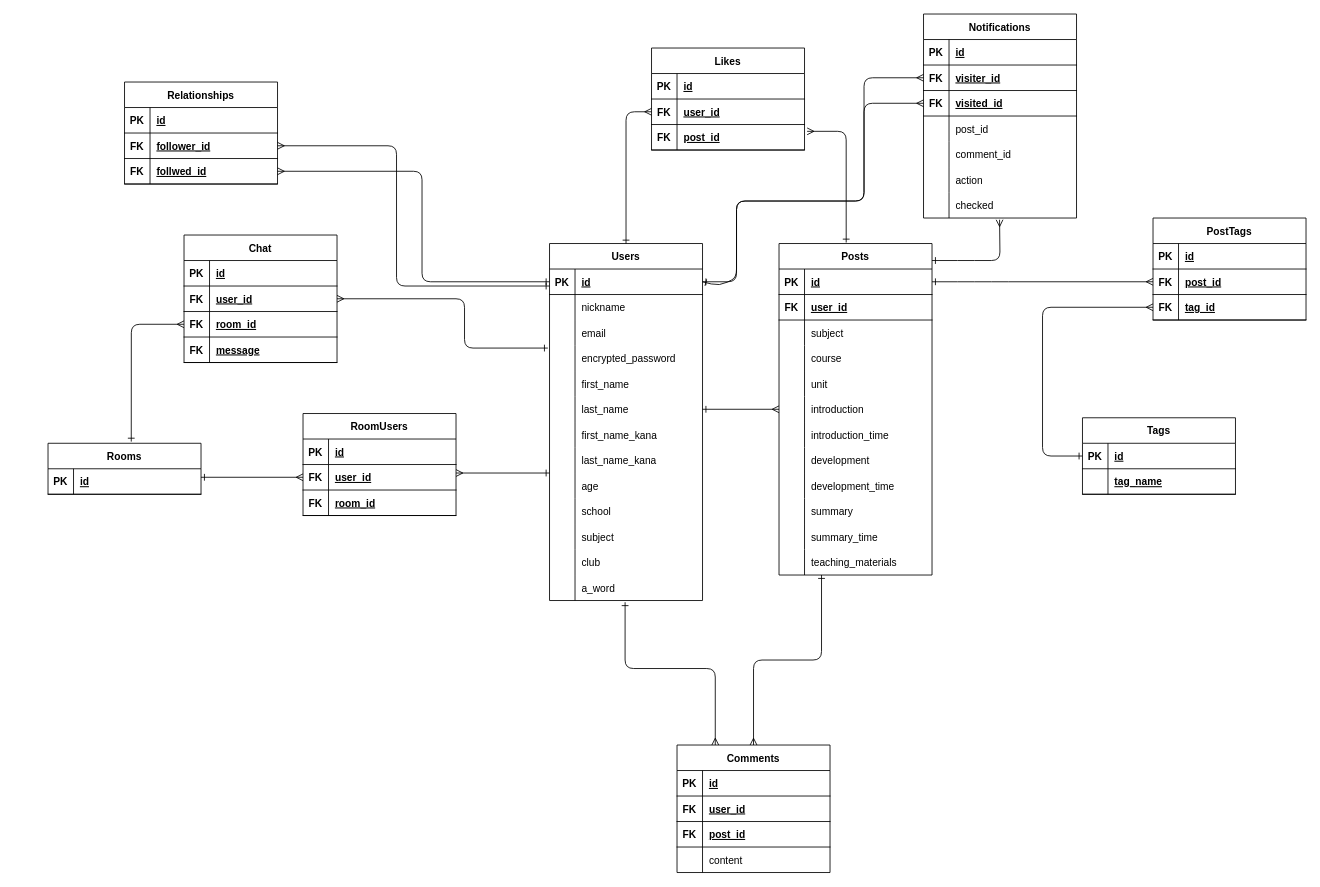
The draw.io diagram kyoyu.dio in honda-gentuki/kyoyu, before the edit. Source tidied: cells renumbered, new cells numbered last; positions are measured from the earlier drawing's top-left corner, leaving out a move shared by most shapes. Both pictures are drawn from the tidied source at 85%, with x=0, y=0 at pixel (48, 14).
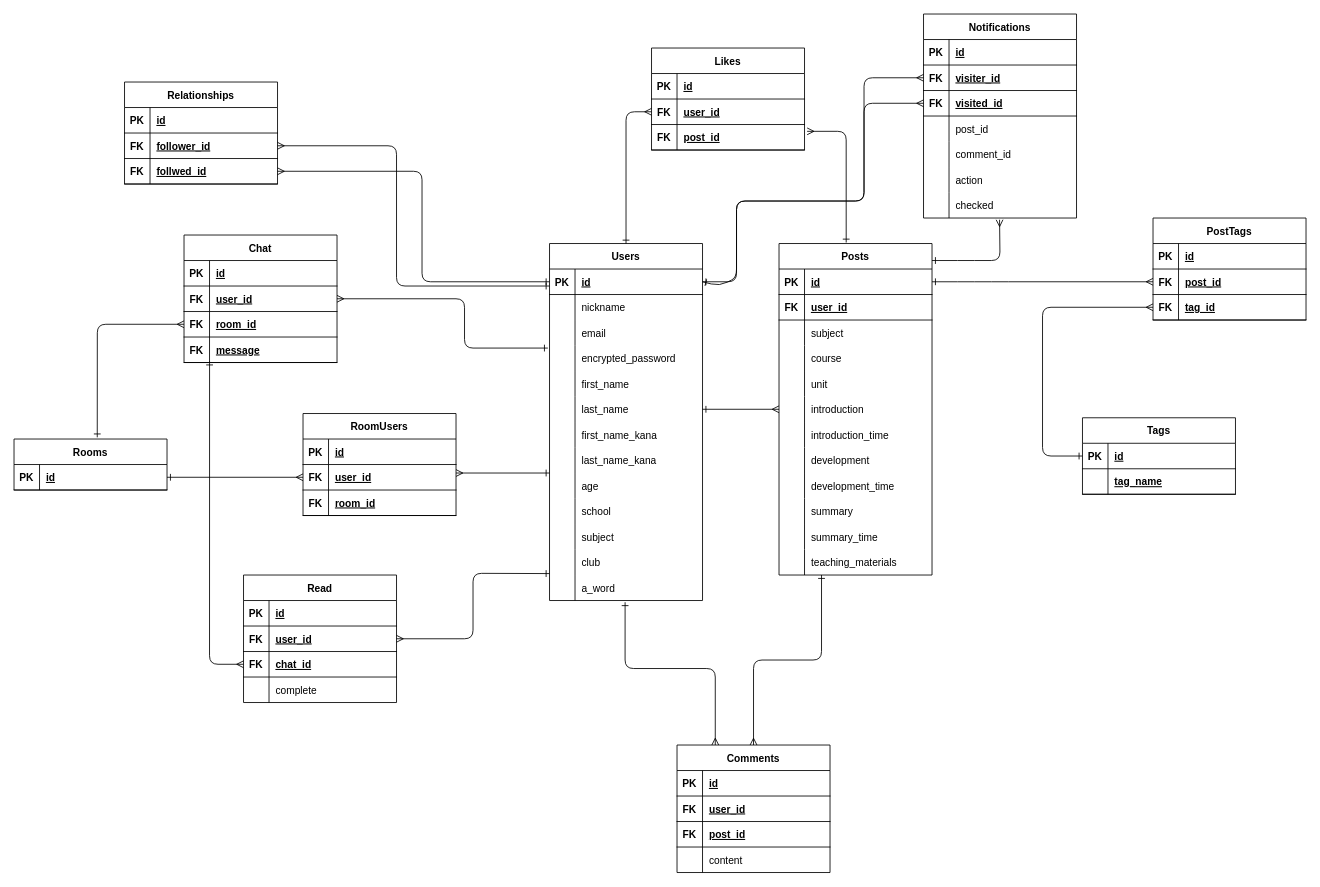
Above is the later version.

The change refers to these unchanged cells:
```xml
<mxCell id="118" style="shape=partialRectangle;fillColor=none;top=0;left=0;bottom=1;right=0;points=[[0,0.5],[1,0.5]];portConstraint=eastwest;" parent="117" vertex="1">
  <mxGeometry y="30" width="180" height="30" as="geometry" />
</mxCell>
<mxCell id="125" style="shape=partialRectangle;fillColor=none;top=0;left=0;bottom=1;right=0;points=[[0,0.5],[1,0.5]];portConstraint=eastwest;" parent="121" vertex="1">
  <mxGeometry y="60" width="180" height="30" as="geometry" />
</mxCell>
<mxCell id="138" style="shape=partialRectangle;fillColor=none;top=0;left=0;bottom=1;right=0;points=[[0,0.5],[1,0.5]];portConstraint=eastwest;" parent="131" vertex="1">
  <mxGeometry y="90" width="180" height="30" as="geometry" />
</mxCell>
<mxCell id="141" style="shape=partialRectangle;fillColor=none;top=0;left=0;bottom=1;right=0;points=[[0,0.5],[1,0.5]];portConstraint=eastwest;" parent="131" vertex="1">
  <mxGeometry y="120" width="180" height="30" as="geometry" />
</mxCell>
```

The edit, as a diff of the source:
```diff
@@
     <mxCell id="117" value="Rooms" style="shape=table;startSize=30;childLayout=tableLayout;rowLines=0;fontStyle=1;align=center;" parent="1" vertex="1">
-      <mxGeometry y="505" width="180" height="60" as="geometry" />
+      <mxGeometry x="-40" y="500" width="180" height="60" as="geometry" />
     </mxCell>
@@
-    <mxCell id="146" style="fontSize=12;html=1;endArrow=ERmany;startArrow=ERone;startFill=0;exitX=1;exitY=0.5;exitDx=0;exitDy=0;entryX=0;entryY=0.5;entryDx=0;entryDy=0;" parent="1" edge="1" target="125">
-      <mxGeometry relative="1" as="geometry">
-        <mxPoint x="180" y="545" as="sourcePoint" />
-      </mxGeometry>
+    <mxCell id="146" style="fontSize=12;html=1;endArrow=ERmany;startArrow=ERone;startFill=0;exitX=1;exitY=0.5;exitDx=0;exitDy=0;entryX=0;entryY=0.5;entryDx=0;entryDy=0;" parent="1" edge="1" source="118" target="125">
+      <mxGeometry relative="1" as="geometry" />
     </mxCell>
@@
     <mxCell id="148" style="fontSize=12;html=1;endArrow=ERmany;startArrow=ERone;startFill=0;exitX=0.544;exitY=-0.033;exitDx=0;exitDy=0;entryX=0;entryY=0.5;entryDx=0;entryDy=0;exitPerimeter=0;" parent="1" edge="1" source="117" target="138">
       <mxGeometry relative="1" as="geometry">
         <Array as="points">
-          <mxPoint x="98" y="365" />
+          <mxPoint x="58" y="365" />
         </Array>
       </mxGeometry>
     </mxCell>
@@
+    <mxCell id="194" value="Read" style="shape=table;startSize=30;childLayout=tableLayout;rowLines=0;fontStyle=1;align=center;" parent="1" vertex="1">
+      <mxGeometry x="230" y="660" width="180" height="150" as="geometry" />
+    </mxCell>
+    <mxCell id="195" style="shape=partialRectangle;fillColor=none;top=0;left=0;bottom=1;right=0;" parent="194" vertex="1">
+      <mxGeometry y="30" width="180" height="30" as="geometry" />
+    </mxCell>
+    <mxCell id="196" value="PK" style="shape=partialRectangle;fillColor=none;top=0;left=0;bottom=0;right=0;fontStyle=1;overflow=hidden;" parent="195" vertex="1">
+      <mxGeometry width="30" height="30" as="geometry" />
+    </mxCell>
+    <mxCell id="197" value="id" style="shape=partialRectangle;fillColor=none;top=0;left=0;bottom=0;right=0;align=left;spacingLeft=6;fontStyle=5;overflow=hidden;" parent="195" vertex="1">
+      <mxGeometry x="30" width="150" height="30" as="geometry" />
+    </mxCell>
+    <mxCell id="198" style="shape=partialRectangle;fillColor=none;top=0;left=0;bottom=1;right=0;points=[[0,0.5],[1,0.5]];portConstraint=eastwest;" parent="194" vertex="1">
+      <mxGeometry y="60" width="180" height="30" as="geometry" />
+    </mxCell>
+    <mxCell id="199" value="FK" style="shape=partialRectangle;fillColor=none;top=0;left=0;bottom=0;right=0;fontStyle=1;overflow=hidden;" parent="198" vertex="1">
+      <mxGeometry width="30" height="30" as="geometry" />
+    </mxCell>
+    <mxCell id="200" value="user_id" style="shape=partialRectangle;fillColor=none;top=0;left=0;bottom=0;right=0;align=left;spacingLeft=6;fontStyle=5;overflow=hidden;" parent="198" vertex="1">
+      <mxGeometry x="30" width="150" height="30" as="geometry" />
+    </mxCell>
+    <mxCell id="201" style="shape=partialRectangle;fillColor=none;top=0;left=0;bottom=1;right=0;points=[[0,0.5],[1,0.5]];portConstraint=eastwest;" parent="194" vertex="1">
+      <mxGeometry y="90" width="180" height="30" as="geometry" />
+    </mxCell>
+    <mxCell id="202" value="FK" style="shape=partialRectangle;fillColor=none;top=0;left=0;bottom=0;right=0;fontStyle=1;overflow=hidden;" parent="201" vertex="1">
+      <mxGeometry width="30" height="30" as="geometry" />
+    </mxCell>
+    <mxCell id="203" value="chat_id" style="shape=partialRectangle;fillColor=none;top=0;left=0;bottom=0;right=0;align=left;spacingLeft=6;fontStyle=5;overflow=hidden;" parent="201" vertex="1">
+      <mxGeometry x="30" width="150" height="30" as="geometry" />
+    </mxCell>
+    <mxCell id="204" style="shape=partialRectangle;fillColor=none;top=0;left=0;bottom=0;right=0;" parent="194" vertex="1">
+      <mxGeometry y="120" width="180" height="30" as="geometry" />
+    </mxCell>
+    <mxCell id="205" style="shape=partialRectangle;fillColor=none;top=0;left=0;bottom=0;right=0;overflow=hidden;" parent="204" vertex="1">
+      <mxGeometry width="30" height="30" as="geometry" />
+    </mxCell>
+    <mxCell id="206" value="complete" style="shape=partialRectangle;fillColor=none;top=0;left=0;bottom=0;right=0;align=left;spacingLeft=6;overflow=hidden;" parent="204" vertex="1">
+      <mxGeometry x="30" width="150" height="30" as="geometry" />
+    </mxCell>
+    <mxCell id="207" style="fontSize=12;html=1;endArrow=ERone;startArrow=ERmany;startFill=0;exitX=1;exitY=0.5;exitDx=0;exitDy=0;entryX=0;entryY=0;entryDx=0;entryDy=0;entryPerimeter=0;endFill=0;" parent="1" edge="1" source="198">
+      <mxGeometry relative="1" as="geometry">
+        <mxPoint x="590" y="658.3" as="targetPoint" />
+        <Array as="points">
+          <mxPoint x="500" y="735" />
+          <mxPoint x="500" y="658" />
+        </Array>
+      </mxGeometry>
+    </mxCell>
+    <mxCell id="208" style="fontSize=12;html=1;endArrow=ERmany;startArrow=ERone;startFill=0;exitX=0.167;exitY=0.961;exitDx=0;exitDy=0;exitPerimeter=0;entryX=0;entryY=0.5;entryDx=0;entryDy=0;" parent="1" edge="1" source="141" target="201">
+      <mxGeometry relative="1" as="geometry">
+        <Array as="points">
+          <mxPoint x="190" y="765" />
+        </Array>
+      </mxGeometry>
+    </mxCell>
```
